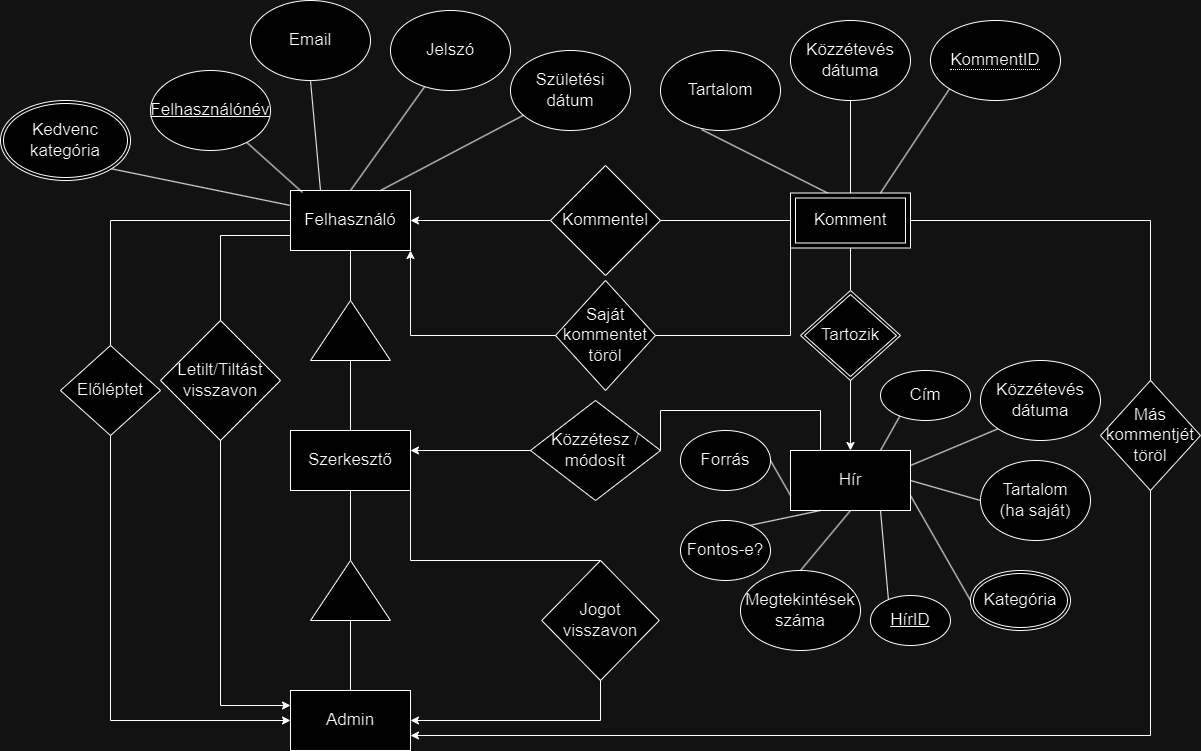
meferihun/rf1 keeps this draw.io diagram as docs/M2/Egyed-kapcsolat diagram.png. Above is the earlier version. Source tidied: cells renumbered, new cells last; positions are measured from the earlier drawing's top-left corner, leaving out a move shared by most shapes.
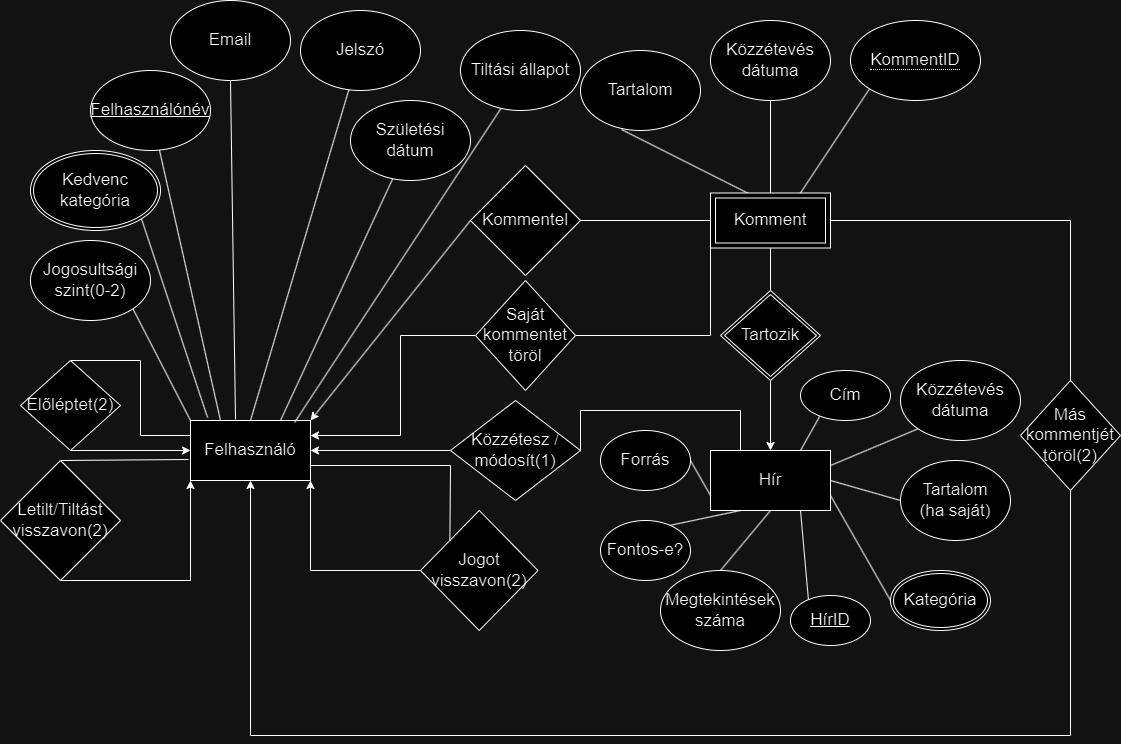
The same diagram one commit later.

Commit message:
EK diagram frissítés

The edit, as a diff of the source:
```diff
@@ -3,15 +3,15 @@
     <mxCell id="0" />
     <mxCell id="1" parent="0" />
     <mxCell id="2" value="Felhasználó" style="rounded=0;whiteSpace=wrap;html=1;fontSize=17;" parent="1" vertex="1">
-      <mxGeometry x="290" y="190" width="120" height="60" as="geometry" />
+      <mxGeometry x="270" y="420" width="120" height="60" as="geometry" />
     </mxCell>
-    <mxCell id="3" style="endArrow=none;html=1;rounded=0;exitX=0.1;exitY=0.033;exitDx=0;exitDy=0;exitPerimeter=0;" parent="1" edge="1" source="2" target="4">
+    <mxCell id="3" style="endArrow=none;html=1;rounded=0;exitX=0.25;exitY=0;exitDx=0;exitDy=0;" parent="1" edge="1" source="2" target="4">
       <mxGeometry relative="1" as="geometry" />
     </mxCell>
     <mxCell id="4" value="Felhasználónév" style="ellipse;whiteSpace=wrap;html=1;fontSize=17;fontStyle=4;" parent="1" vertex="1">
-      <mxGeometry x="150" y="70" width="120" height="80" as="geometry" />
+      <mxGeometry x="170" y="70" width="120" height="80" as="geometry" />
     </mxCell>
-    <mxCell id="5" style="endArrow=none;html=1;rounded=0;exitX=0.5;exitY=1;exitDx=0;exitDy=0;entryX=0.25;entryY=0;entryDx=0;entryDy=0;" parent="1" edge="1" source="6" target="2">
+    <mxCell id="5" style="endArrow=none;html=1;rounded=0;exitX=0.5;exitY=1;exitDx=0;exitDy=0;entryX=0.375;entryY=-0.017;entryDx=0;entryDy=0;entryPerimeter=0;" parent="1" edge="1" source="6" target="2">
       <mxGeometry relative="1" as="geometry" />
     </mxCell>
     <mxCell id="6" value="Email" style="ellipse;whiteSpace=wrap;html=1;fontSize=17;" parent="1" vertex="1">
@@ -21,38 +21,14 @@
       <mxGeometry relative="1" as="geometry" />
     </mxCell>
     <mxCell id="8" value="Jelszó" style="ellipse;whiteSpace=wrap;html=1;fontSize=17;" parent="1" vertex="1">
-      <mxGeometry x="390" y="10" width="120" height="80" as="geometry" />
+      <mxGeometry x="380" y="10" width="120" height="80" as="geometry" />
     </mxCell>
     <mxCell id="9" style="endArrow=none;html=1;rounded=0;exitX=0.75;exitY=0;exitDx=0;exitDy=0;" parent="1" edge="1" source="2" target="10">
       <mxGeometry relative="1" as="geometry" />
     </mxCell>
     <mxCell id="10" value="Születési dátum" style="ellipse;whiteSpace=wrap;html=1;fontSize=17;" parent="1" vertex="1">
-      <mxGeometry x="510" y="50" width="120" height="80" as="geometry" />
+      <mxGeometry x="430" y="100" width="120" height="80" as="geometry" />
     </mxCell>
-    <mxCell id="11" style="triangle;whiteSpace=wrap;html=1;rotation=-90;" parent="1" vertex="1">
-      <mxGeometry x="320" y="290" width="60" height="80" as="geometry" />
-    </mxCell>
-    <mxCell id="12" style="endArrow=none;html=1;rounded=0;entryX=0.5;entryY=1;entryDx=0;entryDy=0;exitX=1;exitY=0.5;exitDx=0;exitDy=0;" parent="1" edge="1" source="11" target="2">
-      <mxGeometry relative="1" as="geometry" />
-    </mxCell>
-    <mxCell id="13" style="endArrow=none;html=1;rounded=0;entryX=0;entryY=0.5;entryDx=0;entryDy=0;exitX=0.5;exitY=0;exitDx=0;exitDy=0;" parent="1" edge="1" source="14" target="11">
-      <mxGeometry relative="1" as="geometry" />
-    </mxCell>
-    <mxCell id="14" value="Szerkesztő" style="rounded=0;whiteSpace=wrap;html=1;fontSize=17;" parent="1" vertex="1">
-      <mxGeometry x="290" y="430" width="120" height="60" as="geometry" />
-    </mxCell>
-    <mxCell id="15" style="endArrow=none;html=1;rounded=0;entryX=0.5;entryY=1;entryDx=0;entryDy=0;exitX=1;exitY=0.5;exitDx=0;exitDy=0;exitPerimeter=0;" parent="1" edge="1" source="17" target="14">
-      <mxGeometry relative="1" as="geometry" />
-    </mxCell>
-    <mxCell id="16" value="Admin" style="rounded=0;whiteSpace=wrap;html=1;fontSize=17;" parent="1" vertex="1">
-      <mxGeometry x="290" y="690" width="120" height="60" as="geometry" />
-    </mxCell>
-    <mxCell id="17" style="triangle;whiteSpace=wrap;html=1;rotation=-90;" parent="1" vertex="1">
-      <mxGeometry x="320" y="550" width="60" height="80" as="geometry" />
-    </mxCell>
-    <mxCell id="18" style="endArrow=none;html=1;rounded=0;entryX=0;entryY=0.5;entryDx=0;entryDy=0;exitX=0.5;exitY=0;exitDx=0;exitDy=0;" parent="1" edge="1" source="16" target="17">
-      <mxGeometry relative="1" as="geometry" />
-    </mxCell>
     <mxCell id="19" value="Hír" style="rounded=0;whiteSpace=wrap;html=1;fontSize=17;" parent="1" vertex="1">
       <mxGeometry x="790" y="450" width="120" height="60" as="geometry" />
     </mxCell>
@@ -68,18 +44,11 @@
     <mxCell id="23" style="endArrow=none;html=1;rounded=0;entryX=1;entryY=0.5;entryDx=0;entryDy=0;exitX=0;exitY=0.5;exitDx=0;exitDy=0;" parent="1" edge="1" source="38" target="22">
       <mxGeometry relative="1" as="geometry" />
     </mxCell>
-    <mxCell id="24" value="Más kommentjét töröl" style="rhombus;whiteSpace=wrap;html=1;fontSize=17;" parent="1" vertex="1">
+    <mxCell id="24" value="Más kommentjét töröl(2)" style="rhombus;whiteSpace=wrap;html=1;fontSize=17;" parent="1" vertex="1">
       <mxGeometry x="1100" y="380" width="100" height="110" as="geometry" />
     </mxCell>
-    <mxCell id="25" style="endArrow=none;html=1;rounded=0;entryX=0;entryY=0.75;entryDx=0;entryDy=0;exitX=0.5;exitY=0;exitDx=0;exitDy=0;" parent="1" edge="1" source="26" target="2">
-      <mxGeometry relative="1" as="geometry">
-        <Array as="points">
-          <mxPoint x="220" y="235" />
-        </Array>
-      </mxGeometry>
-    </mxCell>
-    <mxCell id="26" value="Letilt/Tiltást visszavon" style="rhombus;whiteSpace=wrap;html=1;fontSize=17;" parent="1" vertex="1">
-      <mxGeometry x="160" y="320" width="120" height="120" as="geometry" />
+    <mxCell id="26" value="Letilt/Tiltást visszavon(2)" style="rhombus;whiteSpace=wrap;html=1;fontSize=17;" parent="1" vertex="1">
+      <mxGeometry x="80" y="460" width="120" height="120" as="geometry" />
     </mxCell>
     <mxCell id="27" style="endArrow=none;html=1;rounded=0;entryX=0.75;entryY=0;entryDx=0;entryDy=0;exitX=0.5;exitY=0;exitDx=0;exitDy=0;" parent="1" edge="1" source="28" target="19">
       <mxGeometry relative="1" as="geometry" />
@@ -105,26 +74,20 @@
     <mxCell id="34" value="Tartalom" style="ellipse;whiteSpace=wrap;html=1;fontSize=17;" parent="1" vertex="1">
       <mxGeometry x="660" y="50" width="120" height="80" as="geometry" />
     </mxCell>
-    <mxCell id="35" style="endArrow=classic;html=1;rounded=0;entryX=0;entryY=0.25;entryDx=0;entryDy=0;exitX=0.5;exitY=1;exitDx=0;exitDy=0;" parent="1" edge="1" source="26" target="16">
-      <mxGeometry relative="1" as="geometry">
-        <Array as="points">
-          <mxPoint x="220" y="705" />
-        </Array>
-      </mxGeometry>
-    </mxCell>
     <mxCell id="36" style="endArrow=none;html=1;rounded=0;entryX=0.342;entryY=0.988;entryDx=0;entryDy=0;exitX=0.317;exitY=0.009;exitDx=0;exitDy=0;entryPerimeter=0;exitPerimeter=0;" parent="1" edge="1" source="38" target="34">
       <mxGeometry relative="1" as="geometry" />
     </mxCell>
-    <mxCell id="37" style="endArrow=classic;html=1;rounded=0;entryX=1;entryY=0.5;entryDx=0;entryDy=0;exitX=0;exitY=0.5;exitDx=0;exitDy=0;" parent="1" edge="1" source="22" target="2">
+    <mxCell id="37" style="endArrow=classic;html=1;rounded=0;entryX=1;entryY=0;entryDx=0;entryDy=0;exitX=0;exitY=0.5;exitDx=0;exitDy=0;" parent="1" edge="1" source="22" target="2">
       <mxGeometry relative="1" as="geometry" />
     </mxCell>
     <mxCell id="38" value="Komment" style="shape=ext;margin=3;double=1;whiteSpace=wrap;html=1;align=center;fontSize=17;" parent="1" vertex="1">
       <mxGeometry x="790" y="192.5" width="120" height="55" as="geometry" />
     </mxCell>
-    <mxCell id="39" style="endArrow=classic;html=1;rounded=0;entryX=1;entryY=0.75;entryDx=0;entryDy=0;exitX=0.5;exitY=1;exitDx=0;exitDy=0;" parent="1" edge="1" source="24" target="16">
+    <mxCell id="39" style="endArrow=classic;html=1;rounded=0;entryX=0.5;entryY=1;entryDx=0;entryDy=0;exitX=0.5;exitY=1;exitDx=0;exitDy=0;" parent="1" edge="1" source="24" target="2">
       <mxGeometry relative="1" as="geometry">
         <Array as="points">
           <mxPoint x="1150" y="735" />
+          <mxPoint x="330" y="735" />
         </Array>
       </mxGeometry>
     </mxCell>
@@ -144,7 +107,7 @@
     <mxCell id="43" value="Tartozik" style="shape=rhombus;double=1;perimeter=rhombusPerimeter;whiteSpace=wrap;html=1;align=center;fontSize=17;" parent="1" vertex="1">
       <mxGeometry x="800" y="290" width="100" height="90" as="geometry" />
     </mxCell>
-    <mxCell id="44" value="Közzétesz / módosít" style="shape=rhombus;perimeter=rhombusPerimeter;whiteSpace=wrap;html=1;align=center;fontSize=17;" parent="1" vertex="1">
+    <mxCell id="44" value="Közzétesz / módosít(1)" style="shape=rhombus;perimeter=rhombusPerimeter;whiteSpace=wrap;html=1;align=center;fontSize=17;" parent="1" vertex="1">
       <mxGeometry x="530" y="400" width="130" height="100" as="geometry" />
     </mxCell>
     <mxCell id="45" style="endArrow=none;html=1;rounded=0;exitX=1;exitY=0.5;exitDx=0;exitDy=0;entryX=0.25;entryY=0;entryDx=0;entryDy=0;" parent="1" edge="1" source="44" target="19">
@@ -155,44 +118,24 @@
         </Array>
       </mxGeometry>
     </mxCell>
-    <mxCell id="46" style="endArrow=none;html=1;rounded=0;entryX=0;entryY=0.5;entryDx=0;entryDy=0;exitX=0.5;exitY=0;exitDx=0;exitDy=0;" parent="1" edge="1" source="47" target="2">
-      <mxGeometry relative="1" as="geometry">
-        <Array as="points">
-          <mxPoint x="110" y="220" />
-        </Array>
-      </mxGeometry>
-    </mxCell>
-    <mxCell id="47" value="Előléptet" style="shape=rhombus;perimeter=rhombusPerimeter;whiteSpace=wrap;html=1;align=center;fontSize=17;" parent="1" vertex="1">
-      <mxGeometry x="60" y="345" width="100" height="90" as="geometry" />
+    <mxCell id="47" value="Előléptet(2)" style="shape=rhombus;perimeter=rhombusPerimeter;whiteSpace=wrap;html=1;align=center;fontSize=17;" parent="1" vertex="1">
+      <mxGeometry x="100" y="360" width="100" height="90" as="geometry" />
     </mxCell>
-    <mxCell id="48" style="endArrow=classic;html=1;rounded=0;exitX=0.5;exitY=1;exitDx=0;exitDy=0;entryX=0;entryY=0.5;entryDx=0;entryDy=0;" parent="1" edge="1" source="47" target="16">
-      <mxGeometry relative="1" as="geometry">
-        <Array as="points">
-          <mxPoint x="110" y="720" />
-        </Array>
-      </mxGeometry>
-    </mxCell>
-    <mxCell id="49" value="Jogot visszavon" style="shape=rhombus;perimeter=rhombusPerimeter;whiteSpace=wrap;html=1;align=center;fontSize=17;" parent="1" vertex="1">
-      <mxGeometry x="541.2" y="560" width="117.5" height="120" as="geometry" />
+    <mxCell id="49" value="Jogot visszavon(2)" style="shape=rhombus;perimeter=rhombusPerimeter;whiteSpace=wrap;html=1;align=center;fontSize=17;" parent="1" vertex="1">
+      <mxGeometry x="500" y="510" width="117.5" height="120" as="geometry" />
     </mxCell>
-    <mxCell id="50" style="endArrow=classic;html=1;rounded=0;entryX=1;entryY=0.5;entryDx=0;entryDy=0;exitX=0.5;exitY=1;exitDx=0;exitDy=0;" parent="1" edge="1" source="49" target="16">
-      <mxGeometry relative="1" as="geometry">
-        <Array as="points">
-          <mxPoint x="600" y="720" />
-        </Array>
-      </mxGeometry>
-    </mxCell>
-    <mxCell id="51" style="endArrow=none;html=1;rounded=0;entryX=0.5;entryY=0;entryDx=0;entryDy=0;exitX=1;exitY=1;exitDx=0;exitDy=0;" parent="1" edge="1" source="14" target="49">
+    <mxCell id="51" style="endArrow=none;html=1;rounded=0;exitX=1;exitY=0.75;exitDx=0;exitDy=0;entryX=0;entryY=0;entryDx=0;entryDy=0;" parent="1" edge="1" source="2" target="49">
       <mxGeometry relative="1" as="geometry">
         <Array as="points">
-          <mxPoint x="410" y="560" />
+          <mxPoint x="530" y="465" />
         </Array>
       </mxGeometry>
     </mxCell>
-    <mxCell id="52" style="endArrow=classic;html=1;rounded=0;entryX=1;entryY=1;entryDx=0;entryDy=0;exitX=0;exitY=0.5;exitDx=0;exitDy=0;" parent="1" edge="1" source="53" target="2">
+    <mxCell id="52" style="endArrow=classic;html=1;rounded=0;entryX=1;entryY=0.25;entryDx=0;entryDy=0;exitX=0;exitY=0.5;exitDx=0;exitDy=0;" parent="1" edge="1" source="53" target="2">
       <mxGeometry relative="1" as="geometry">
         <Array as="points">
-          <mxPoint x="410" y="335" />
+          <mxPoint x="480" y="335" />
+          <mxPoint x="480" y="435" />
         </Array>
       </mxGeometry>
     </mxCell>
@@ -228,15 +171,13 @@
       <mxGeometry x="680" y="430" width="90" height="60" as="geometry" />
     </mxCell>
     <mxCell id="62" value="Kedvenc kategória" style="ellipse;shape=doubleEllipse;margin=3;whiteSpace=wrap;html=1;align=center;fontSize=17;" parent="1" vertex="1">
-      <mxGeometry y="100" width="130" height="80" as="geometry" />
+      <mxGeometry x="110" y="150" width="130" height="80" as="geometry" />
     </mxCell>
-    <mxCell id="63" style="endArrow=none;html=1;rounded=0;entryX=1;entryY=1;entryDx=0;entryDy=0;exitX=0;exitY=0.25;exitDx=0;exitDy=0;" parent="1" edge="1" source="2" target="62">
+    <mxCell id="63" style="endArrow=none;html=1;rounded=0;entryX=1;entryY=1;entryDx=0;entryDy=0;exitX=0.142;exitY=-0.05;exitDx=0;exitDy=0;exitPerimeter=0;" parent="1" edge="1" source="2" target="62">
       <mxGeometry relative="1" as="geometry" />
     </mxCell>
-    <mxCell id="64" style="endArrow=classic;html=1;rounded=0;exitX=0;exitY=0.5;exitDx=0;exitDy=0;" parent="1" edge="1" source="44">
-      <mxGeometry relative="1" as="geometry">
-        <mxPoint x="410" y="450" as="targetPoint" />
-      </mxGeometry>
+    <mxCell id="64" style="endArrow=classic;html=1;rounded=0;exitX=0;exitY=0.5;exitDx=0;exitDy=0;entryX=1;entryY=0.5;entryDx=0;entryDy=0;" parent="1" edge="1" source="44" target="2">
+      <mxGeometry relative="1" as="geometry" />
     </mxCell>
     <mxCell id="65" style="endArrow=none;html=1;rounded=0;entryX=1;entryY=0.25;entryDx=0;entryDy=0;exitX=0;exitY=1;exitDx=0;exitDy=0;" parent="1" edge="1" source="66" target="19">
       <mxGeometry relative="1" as="geometry" />
@@ -250,5 +191,45 @@
     <mxCell id="68" value="Tartalom&lt;br&gt;(ha saját)" style="ellipse;whiteSpace=wrap;html=1;fontSize=17;" parent="1" vertex="1">
       <mxGeometry x="980" y="460" width="110" height="80" as="geometry" />
     </mxCell>
+    <mxCell id="69" style="endArrow=none;html=1;rounded=0;entryX=0;entryY=0;entryDx=0;entryDy=0;exitX=1;exitY=1;exitDx=0;exitDy=0;" parent="1" edge="1" source="70" target="2">
+      <mxGeometry relative="1" as="geometry" />
+    </mxCell>
+    <mxCell id="70" value="Jogosultsági szint(0-2)" style="ellipse;whiteSpace=wrap;html=1;fontSize=17;" parent="1" vertex="1">
+      <mxGeometry x="110" y="240" width="120" height="80" as="geometry" />
+    </mxCell>
+    <mxCell id="71" style="endArrow=none;html=1;rounded=0;entryX=0;entryY=0.25;entryDx=0;entryDy=0;exitX=0.5;exitY=0;exitDx=0;exitDy=0;" parent="1" edge="1" source="47" target="2">
+      <mxGeometry relative="1" as="geometry">
+        <Array as="points">
+          <mxPoint x="220" y="360" />
+          <mxPoint x="220" y="435" />
+        </Array>
+      </mxGeometry>
+    </mxCell>
+    <mxCell id="72" style="endArrow=classic;html=1;rounded=0;exitX=0.5;exitY=1;exitDx=0;exitDy=0;entryX=0;entryY=0.5;entryDx=0;entryDy=0;" parent="1" edge="1" source="47" target="2">
+      <mxGeometry relative="1" as="geometry" />
+    </mxCell>
+    <mxCell id="73" style="endArrow=none;html=1;rounded=0;entryX=-0.017;entryY=0.65;entryDx=0;entryDy=0;exitX=0.5;exitY=0;exitDx=0;exitDy=0;entryPerimeter=0;" parent="1" edge="1" source="26" target="2">
+      <mxGeometry relative="1" as="geometry" />
+    </mxCell>
+    <mxCell id="74" style="endArrow=classic;html=1;rounded=0;exitX=0.5;exitY=1;exitDx=0;exitDy=0;entryX=0;entryY=1;entryDx=0;entryDy=0;" parent="1" edge="1" source="26" target="2">
+      <mxGeometry relative="1" as="geometry">
+        <Array as="points">
+          <mxPoint x="270" y="580" />
+        </Array>
+      </mxGeometry>
+    </mxCell>
+    <mxCell id="75" style="endArrow=classic;html=1;rounded=0;exitX=0;exitY=0.5;exitDx=0;exitDy=0;entryX=1;entryY=1;entryDx=0;entryDy=0;" parent="1" edge="1" source="49" target="2">
+      <mxGeometry relative="1" as="geometry">
+        <Array as="points">
+          <mxPoint x="390" y="570" />
+        </Array>
+      </mxGeometry>
+    </mxCell>
+    <mxCell id="76" style="endArrow=none;html=1;rounded=0;entryX=0.867;entryY=0.033;entryDx=0;entryDy=0;entryPerimeter=0;exitX=0.342;exitY=0.963;exitDx=0;exitDy=0;exitPerimeter=0;" parent="1" edge="1" source="77" target="2">
+      <mxGeometry relative="1" as="geometry" />
+    </mxCell>
+    <mxCell id="77" value="Tiltási állapot" style="ellipse;whiteSpace=wrap;html=1;fontSize=17;" parent="1" vertex="1">
+      <mxGeometry x="540" y="30" width="120" height="80" as="geometry" />
+    </mxCell>
   </root>
 </mxGraphModel>
```
